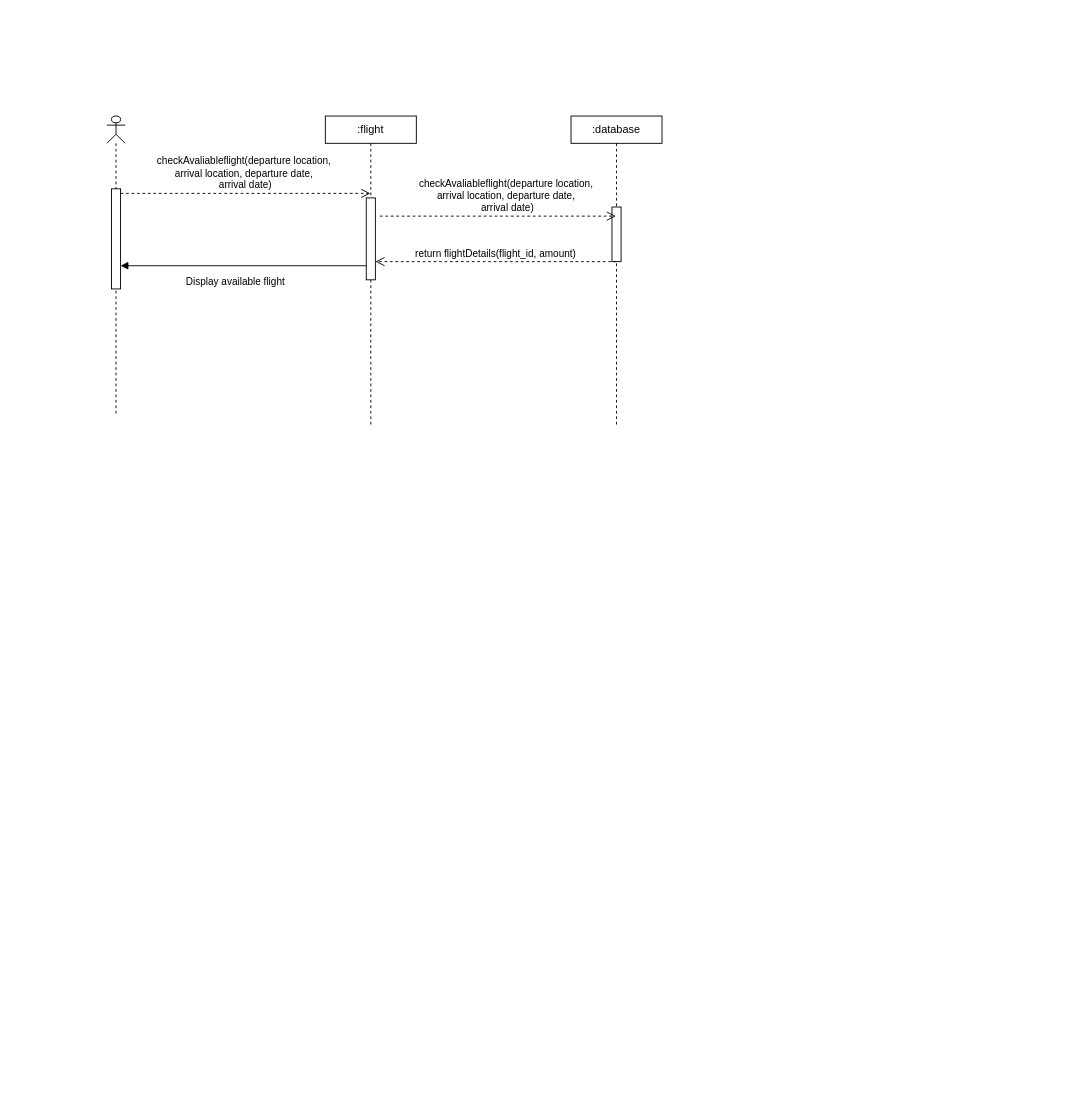
Earlier version of the draw.io diagram Untitled Diagram.drawio (ukpagrace/diagrams). Source tidied: cells renumbered, new cells numbered last; positions are measured from the earlier drawing's top-left corner, leaving out a move shared by most shapes. Both pictures are drawn from the tidied source at 91%, with x=0, y=0 at pixel (106, 116).
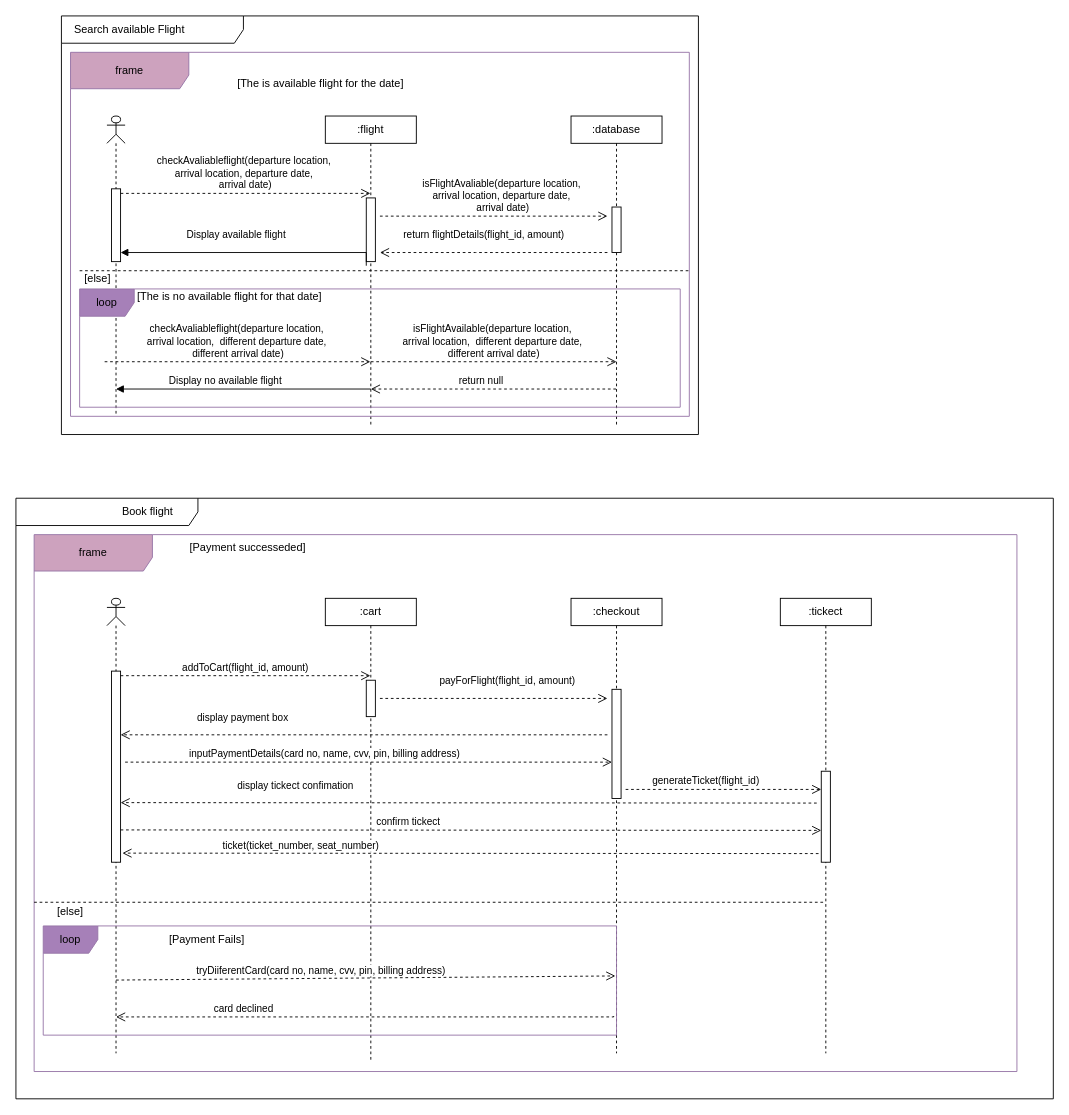
The same page after the edit.

Unchanged cells that the change refers to:
```xml
<mxCell id="2" value=":flight" style="shape=umlLifeline;perimeter=lifelinePerimeter;whiteSpace=wrap;html=1;outlineConnect=0;portConstraint=eastwest;newEdgeStyle={&quot;edgeStyle&quot;:&quot;elbowEdgeStyle&quot;,&quot;elbow&quot;:&quot;vertical&quot;,&quot;curved&quot;:0,&quot;rounded&quot;:0};size=30;" parent="1" vertex="1">
  <mxGeometry x="240" width="100" height="340" as="geometry" />
</mxCell>
<mxCell id="4" value=":database" style="shape=umlLifeline;perimeter=lifelinePerimeter;whiteSpace=wrap;html=1;outlineConnect=0;portConstraint=eastwest;newEdgeStyle={&quot;edgeStyle&quot;:&quot;elbowEdgeStyle&quot;,&quot;elbow&quot;:&quot;vertical&quot;,&quot;curved&quot;:0,&quot;rounded&quot;:0};size=30;" parent="1" vertex="1">
  <mxGeometry x="510" width="100" height="340" as="geometry" />
</mxCell>
<mxCell id="8" style="shape=umlLifeline;perimeter=lifelinePerimeter;whiteSpace=wrap;html=1;newEdgeStyle={&quot;curved&quot;:0,&quot;rounded&quot;:0};participant=umlActor;size=30;" parent="1" vertex="1">
  <mxGeometry width="20" height="330" as="geometry" />
</mxCell>
```

What changed in the source:
```diff
@@
     <mxCell id="3" style="html=1;points=[];perimeter=orthogonalPerimeter;outlineConnect=0;targetShapes=umlLifeline;portConstraint=eastwest;newEdgeStyle={&quot;edgeStyle&quot;:&quot;elbowEdgeStyle&quot;,&quot;elbow&quot;:&quot;vertical&quot;,&quot;curved&quot;:0,&quot;rounded&quot;:0};" parent="2" vertex="1">
-      <mxGeometry x="45" y="90" width="10" height="90" as="geometry" />
+      <mxGeometry x="45" y="90" width="10" height="70" as="geometry" />
     </mxCell>
@@
     <mxCell id="5" style="html=1;perimeter=orthogonalPerimeter;targetShapes=umlLifeline;newEdgeStyle={&quot;edgeStyle&quot;:&quot;elbowEdgeStyle&quot;,&quot;elbow&quot;:&quot;vertical&quot;,&quot;curved&quot;:0,&quot;rounded&quot;:0};" parent="4" vertex="1">
-      <mxGeometry x="45" y="100" width="10" height="60" as="geometry" />
+      <mxGeometry x="45" y="100" width="10" height="50" as="geometry" />
     </mxCell>
-    <mxCell id="6" value="return flightDetails(flight_id, amount)" style="html=1;verticalAlign=bottom;endArrow=open;dashed=1;endSize=8;edgeStyle=elbowEdgeStyle;elbow=vertical;curved=0;rounded=0;" parent="1" edge="1" target="3">
-      <mxGeometry relative="1" as="geometry">
-        <mxPoint x="560" y="160" as="sourcePoint" />
+    <mxCell id="6" value="return flightDetails(flight_id, amount)" style="html=1;verticalAlign=bottom;endArrow=open;dashed=1;endSize=8;edgeStyle=elbowEdgeStyle;elbow=vertical;curved=0;rounded=0;" parent="1" edge="1">
+      <mxGeometry x="0.09" y="-10" relative="1" as="geometry">
+        <mxPoint x="550" y="150" as="sourcePoint" />
+        <mxPoint x="300" y="150" as="targetPoint" />
         <Array as="points">
-          <mxPoint x="400" y="160" />
+          <mxPoint x="405" y="150" />
         </Array>
       </mxGeometry>
     </mxCell>
     <mxCell id="7" value="Display available flight" style="html=1;verticalAlign=bottom;endArrow=block;edgeStyle=elbowEdgeStyle;elbow=vertical;curved=0;rounded=0;" parent="1" edge="1" target="9">
-      <mxGeometry x="0.07" y="26" relative="1" as="geometry">
+      <mxGeometry x="0.12" y="-10" relative="1" as="geometry">
         <mxPoint x="285" y="164.5" as="sourcePoint" />
         <Array as="points">
+          <mxPoint x="160" y="150" />
           <mxPoint x="120" y="164.5" />
         </Array>
+        <mxPoint x="1" as="offset" />
       </mxGeometry>
     </mxCell>
@@
     <mxCell id="9" style="html=1;points=[[0,0,0,0,5],[0,1,0,0,-5],[1,0,0,0,5],[1,1,0,0,-5]];perimeter=orthogonalPerimeter;outlineConnect=0;targetShapes=umlLifeline;portConstraint=eastwest;newEdgeStyle={&quot;curved&quot;:0,&quot;rounded&quot;:0};" parent="8" vertex="1">
-      <mxGeometry x="5" y="80" width="10" height="110" as="geometry" />
+      <mxGeometry x="5" y="80" width="10" height="80" as="geometry" />
     </mxCell>
@@
-    <mxCell id="11" value="checkAvaliableflight(departure location,&amp;nbsp;&lt;div&gt;arrival location, departure date,&amp;nbsp;&lt;/div&gt;&lt;div&gt;arrival date)&lt;/div&gt;" style="html=1;verticalAlign=bottom;endArrow=open;dashed=1;endSize=8;curved=0;rounded=0;" parent="1" edge="1" target="4">
+    <mxCell id="11" value="isFlightAvaliable(departure location,&amp;nbsp;&lt;div&gt;arrival location, departure date,&amp;nbsp;&lt;/div&gt;&lt;div&gt;arrival date)&lt;/div&gt;" style="html=1;verticalAlign=bottom;endArrow=open;dashed=1;endSize=8;curved=0;rounded=0;" parent="1" edge="1">
       <mxGeometry x="0.08" relative="1" as="geometry">
         <mxPoint x="300" y="110" as="sourcePoint" />
+        <mxPoint x="550" y="110" as="targetPoint" />
       </mxGeometry>
     </mxCell>
+    <mxCell id="12" style="shape=umlFrame;whiteSpace=wrap;html=1;width=200;height=30;" parent="1" vertex="1">
+      <mxGeometry x="-50" y="-110" width="700" height="460" as="geometry" />
+    </mxCell>
+    <mxCell id="13" value="Search available Flight" style="text;html=1;align=center;verticalAlign=middle;whiteSpace=wrap;rounded=0;" parent="1" vertex="1">
+      <mxGeometry x="-50" y="-110" width="150" height="30" as="geometry" />
+    </mxCell>
+    <mxCell id="14" value="frame" style="shape=umlFrame;whiteSpace=wrap;html=1;width=130;height=40;fillColor=#CDA2BE;strokeColor=#9673a6;" parent="1" vertex="1">
+      <mxGeometry x="-40" y="-70" width="680" height="400" as="geometry" />
+    </mxCell>
+    <mxCell id="15" value="[The is available flight for the date]" style="text;html=1;align=center;verticalAlign=middle;whiteSpace=wrap;rounded=0;" parent="1" vertex="1">
+      <mxGeometry x="90" y="-50" width="290" height="30" as="geometry" />
+    </mxCell>
+    <mxCell id="16" value="loop" style="shape=umlFrame;whiteSpace=wrap;html=1;fillColor=#A680B8;strokeColor=#9673a6;" parent="1" vertex="1">
+      <mxGeometry x="-30" y="190" width="660" height="130" as="geometry" />
+    </mxCell>
+    <mxCell id="17" style="line;strokeWidth=1;fillColor=none;align=left;verticalAlign=middle;spacingTop=-1;spacingLeft=3;spacingRight=3;labelPosition=right;strokeColor=inherit;dashed=1;" parent="1" vertex="1">
+      <mxGeometry x="-30" y="166" width="670" height="8" as="geometry" />
+    </mxCell>
+    <mxCell id="18" value="[else]" style="text;html=1;align=center;verticalAlign=middle;whiteSpace=wrap;rounded=0;" parent="1" vertex="1">
+      <mxGeometry x="-60" y="174" width="100" height="10" as="geometry" />
+    </mxCell>
+    <mxCell id="19" value="[The is no available flight for that date]" style="text;html=1;align=center;verticalAlign=middle;whiteSpace=wrap;rounded=0;" parent="1" vertex="1">
+      <mxGeometry x="-10" y="184" width="290" height="30" as="geometry" />
+    </mxCell>
+    <mxCell id="20" value="checkAvaliableflight(departure location,&amp;nbsp;&lt;div&gt;arrival location,&amp;nbsp; different departure date,&amp;nbsp;&lt;/div&gt;&lt;div&gt;different arrival date)&lt;/div&gt;" style="html=1;verticalAlign=bottom;endArrow=open;dashed=1;endSize=8;curved=0;rounded=0;exitX=1;exitY=0;exitDx=0;exitDy=5;exitPerimeter=0;" parent="1" edge="1" target="2">
+      <mxGeometry relative="1" as="geometry">
+        <mxPoint x="-2.5" y="270" as="sourcePoint" />
+      </mxGeometry>
+    </mxCell>
+    <mxCell id="21" value="isFlightAvailable(departure location,&amp;nbsp;&lt;div&gt;arrival location,&amp;nbsp; different departure date,&amp;nbsp;&lt;/div&gt;&lt;div&gt;different arrival date)&lt;/div&gt;" style="html=1;verticalAlign=bottom;endArrow=open;dashed=1;endSize=8;curved=0;rounded=0;exitX=1;exitY=0;exitDx=0;exitDy=5;exitPerimeter=0;" parent="1" edge="1">
+      <mxGeometry relative="1" as="geometry">
+        <mxPoint x="290" y="270" as="sourcePoint" />
+        <mxPoint x="560" y="270" as="targetPoint" />
+      </mxGeometry>
+    </mxCell>
+    <mxCell id="22" value="return null" style="html=1;verticalAlign=bottom;endArrow=open;dashed=1;endSize=8;edgeStyle=elbowEdgeStyle;elbow=vertical;curved=0;rounded=0;" parent="1" edge="1" source="4">
+      <mxGeometry x="0.11" relative="1" as="geometry">
+        <mxPoint x="290" y="300" as="targetPoint" />
+        <Array as="points">
+          <mxPoint x="395" y="300" />
+        </Array>
+        <mxPoint x="1" as="offset" />
+      </mxGeometry>
+    </mxCell>
+    <mxCell id="23" value="Display no available flight" style="html=1;verticalAlign=bottom;endArrow=block;edgeStyle=elbowEdgeStyle;elbow=vertical;curved=0;rounded=0;" parent="1" edge="1">
+      <mxGeometry x="0.14" relative="1" as="geometry">
+        <mxPoint x="290" y="300" as="sourcePoint" />
+        <mxPoint x="10" y="300" as="targetPoint" />
+        <Array as="points">
+          <mxPoint x="155" y="300" />
+          <mxPoint x="115" y="314.5" />
+        </Array>
+      </mxGeometry>
+    </mxCell>
+    <mxCell id="24" value=":cart" style="shape=umlLifeline;perimeter=lifelinePerimeter;whiteSpace=wrap;html=1;outlineConnect=0;portConstraint=eastwest;newEdgeStyle={&quot;edgeStyle&quot;:&quot;elbowEdgeStyle&quot;,&quot;elbow&quot;:&quot;vertical&quot;,&quot;curved&quot;:0,&quot;rounded&quot;:0};size=30;" parent="1" vertex="1">
+      <mxGeometry x="240" y="530" width="100" height="510" as="geometry" />
+    </mxCell>
+    <mxCell id="25" style="html=1;perimeter=orthogonalPerimeter;targetShapes=umlLifeline;newEdgeStyle={&quot;edgeStyle&quot;:&quot;elbowEdgeStyle&quot;,&quot;elbow&quot;:&quot;vertical&quot;,&quot;curved&quot;:0,&quot;rounded&quot;:0};" parent="24" vertex="1">
+      <mxGeometry x="45" y="90" width="10" height="40" as="geometry" />
+    </mxCell>
+    <mxCell id="26" value=":checkout" style="shape=umlLifeline;perimeter=lifelinePerimeter;whiteSpace=wrap;html=1;newEdgeStyle={&quot;edgeStyle&quot;:&quot;elbowEdgeStyle&quot;,&quot;elbow&quot;:&quot;vertical&quot;,&quot;curved&quot;:0,&quot;rounded&quot;:0};size=30;" parent="1" vertex="1">
+      <mxGeometry x="510" y="530" width="100" height="500" as="geometry" />
+    </mxCell>
+    <mxCell id="27" style="html=1;points=[];perimeter=orthogonalPerimeter;outlineConnect=0;targetShapes=umlLifeline;portConstraint=eastwest;newEdgeStyle={&quot;edgeStyle&quot;:&quot;elbowEdgeStyle&quot;,&quot;elbow&quot;:&quot;vertical&quot;,&quot;curved&quot;:0,&quot;rounded&quot;:0};" parent="26" vertex="1">
+      <mxGeometry x="45" y="100" width="10" height="120" as="geometry" />
+    </mxCell>
+    <mxCell id="28" value="display payment box" style="html=1;verticalAlign=bottom;endArrow=open;dashed=1;endSize=8;edgeStyle=elbowEdgeStyle;elbow=vertical;curved=0;rounded=0;" parent="1" edge="1" target="30">
+      <mxGeometry x="0.5" y="-10" relative="1" as="geometry">
+        <mxPoint x="550" y="680" as="sourcePoint" />
+        <Array as="points">
+          <mxPoint x="405" y="680" />
+        </Array>
+      </mxGeometry>
+    </mxCell>
+    <mxCell id="29" style="shape=umlLifeline;perimeter=lifelinePerimeter;whiteSpace=wrap;html=1;newEdgeStyle={&quot;curved&quot;:0,&quot;rounded&quot;:0};participant=umlActor;size=30;" parent="1" vertex="1">
+      <mxGeometry y="530" width="20" height="500" as="geometry" />
+    </mxCell>
+    <mxCell id="30" style="html=1;points=[[0,0,0,0,5],[0,1,0,0,-5],[1,0,0,0,5],[1,1,0,0,-5]];perimeter=orthogonalPerimeter;outlineConnect=0;targetShapes=umlLifeline;portConstraint=eastwest;newEdgeStyle={&quot;curved&quot;:0,&quot;rounded&quot;:0};" parent="29" vertex="1">
+      <mxGeometry x="5" y="80" width="10" height="210" as="geometry" />
+    </mxCell>
+    <mxCell id="31" value="addToCart(flight_id, amount)" style="html=1;verticalAlign=bottom;endArrow=open;dashed=1;endSize=8;curved=0;rounded=0;exitX=1;exitY=0;exitDx=0;exitDy=5;exitPerimeter=0;" parent="1" edge="1" source="30" target="24">
+      <mxGeometry relative="1" as="geometry" />
+    </mxCell>
+    <mxCell id="32" value="payForFlight(flight_id, amount)" style="html=1;verticalAlign=bottom;endArrow=open;dashed=1;endSize=8;curved=0;rounded=0;" parent="1" edge="1">
+      <mxGeometry x="0.12" y="10" relative="1" as="geometry">
+        <mxPoint x="300" y="640" as="sourcePoint" />
+        <mxPoint x="550" y="640" as="targetPoint" />
+      </mxGeometry>
+    </mxCell>
+    <mxCell id="33" style="shape=umlFrame;whiteSpace=wrap;html=1;width=200;height=30;" parent="1" vertex="1">
+      <mxGeometry x="-100" y="420" width="1140" height="660" as="geometry" />
+    </mxCell>
+    <mxCell id="34" value="frame" style="shape=umlFrame;whiteSpace=wrap;html=1;width=130;height=40;fillColor=#CDA2BE;strokeColor=#9673a6;" parent="1" vertex="1">
+      <mxGeometry x="-80" y="460" width="1080" height="590" as="geometry" />
+    </mxCell>
+    <mxCell id="35" value="[Payment successeded]" style="text;html=1;align=center;verticalAlign=middle;whiteSpace=wrap;rounded=0;" parent="1" vertex="1">
+      <mxGeometry x="50" y="460" width="210" height="30" as="geometry" />
+    </mxCell>
+    <mxCell id="36" value="loop" style="shape=umlFrame;whiteSpace=wrap;html=1;fillColor=#A680B8;strokeColor=#9673a6;" parent="1" vertex="1">
+      <mxGeometry x="-70" y="890" width="630" height="120" as="geometry" />
+    </mxCell>
+    <mxCell id="37" style="line;strokeWidth=1;fillColor=none;align=left;verticalAlign=middle;spacingTop=-1;spacingLeft=3;spacingRight=3;labelPosition=right;strokeColor=inherit;dashed=1;" parent="1" vertex="1">
+      <mxGeometry x="-80" y="860" width="870" height="8" as="geometry" />
+    </mxCell>
+    <mxCell id="38" value="[else]" style="text;html=1;align=center;verticalAlign=middle;whiteSpace=wrap;rounded=0;" parent="1" vertex="1">
+      <mxGeometry x="-70" y="870" width="60" height="10" as="geometry" />
+    </mxCell>
+    <mxCell id="39" value="[Payment Fails]" style="text;html=1;align=center;verticalAlign=middle;whiteSpace=wrap;rounded=0;" parent="1" vertex="1">
+      <mxGeometry y="890" width="220" height="30" as="geometry" />
+    </mxCell>
+    <mxCell id="40" value=":tickect" style="shape=umlLifeline;perimeter=lifelinePerimeter;whiteSpace=wrap;html=1;newEdgeStyle={&quot;edgeStyle&quot;:&quot;elbowEdgeStyle&quot;,&quot;elbow&quot;:&quot;vertical&quot;,&quot;curved&quot;:0,&quot;rounded&quot;:0};size=30;" parent="1" vertex="1">
+      <mxGeometry x="740" y="530" width="100" height="500" as="geometry" />
+    </mxCell>
+    <mxCell id="41" style="html=1;perimeter=orthogonalPerimeter;targetShapes=umlLifeline;newEdgeStyle={&quot;edgeStyle&quot;:&quot;elbowEdgeStyle&quot;,&quot;elbow&quot;:&quot;vertical&quot;,&quot;curved&quot;:0,&quot;rounded&quot;:0};" parent="40" vertex="1">
+      <mxGeometry x="45" y="190" width="10" height="100" as="geometry" />
+    </mxCell>
+    <mxCell id="42" value="Book flight" style="text;html=1;align=center;verticalAlign=middle;whiteSpace=wrap;rounded=0;" parent="1" vertex="1">
+      <mxGeometry x="-50" y="420" width="190" height="30" as="geometry" />
+    </mxCell>
+    <mxCell id="43" value="inputPaymentDetails(card no, name, cvv, pin, billing address)" style="html=1;verticalAlign=bottom;endArrow=open;dashed=1;endSize=8;curved=0;rounded=0;" parent="1" edge="1" target="27">
+      <mxGeometry x="-0.18" relative="1" as="geometry">
+        <mxPoint x="20" y="710" as="sourcePoint" />
+      </mxGeometry>
+    </mxCell>
+    <mxCell id="44" value="generateTicket(flight_id)" style="html=1;verticalAlign=bottom;endArrow=open;dashed=1;endSize=8;curved=0;rounded=0;" parent="1" edge="1">
+      <mxGeometry x="-0.18" relative="1" as="geometry">
+        <mxPoint x="570" y="740" as="sourcePoint" />
+        <mxPoint x="785" y="740" as="targetPoint" />
+      </mxGeometry>
+    </mxCell>
+    <mxCell id="45" value="display tickect confimation" style="html=1;verticalAlign=bottom;endArrow=open;dashed=1;endSize=8;edgeStyle=elbowEdgeStyle;elbow=vertical;curved=0;rounded=0;" parent="1" edge="1" target="30">
+      <mxGeometry x="0.5" y="-10" relative="1" as="geometry">
+        <mxPoint x="780" y="755" as="sourcePoint" />
+        <Array as="points">
+          <mxPoint x="650" y="754.5" />
+        </Array>
+      </mxGeometry>
+    </mxCell>
+    <mxCell id="46" value="confirm tickect" style="html=1;verticalAlign=bottom;endArrow=open;dashed=1;endSize=8;curved=0;rounded=0;" parent="1" edge="1">
+      <mxGeometry x="-0.18" relative="1" as="geometry">
+        <mxPoint x="15" y="784.5" as="sourcePoint" />
+        <mxPoint x="785" y="785" as="targetPoint" />
+      </mxGeometry>
+    </mxCell>
+    <mxCell id="47" value="ticket(ticket_number, seat_number)" style="html=1;verticalAlign=bottom;endArrow=open;dashed=1;endSize=8;edgeStyle=elbowEdgeStyle;elbow=vertical;curved=0;rounded=0;" parent="1" edge="1">
+      <mxGeometry x="0.49" y="1" relative="1" as="geometry">
+        <mxPoint x="782" y="810.5" as="sourcePoint" />
+        <mxPoint x="17" y="810.5" as="targetPoint" />
+        <Array as="points">
+          <mxPoint x="652" y="810" />
+        </Array>
+        <mxPoint x="1" as="offset" />
+      </mxGeometry>
+    </mxCell>
+    <mxCell id="48" value="tryDiiferentCard(card no, name, cvv, pin, billing address)" style="html=1;verticalAlign=bottom;endArrow=open;dashed=1;endSize=8;curved=0;rounded=0;entryX=0.998;entryY=0.458;entryDx=0;entryDy=0;entryPerimeter=0;" parent="1" edge="1" target="36">
+      <mxGeometry x="-0.18" relative="1" as="geometry">
+        <mxPoint x="10" y="949.5" as="sourcePoint" />
+      </mxGeometry>
+    </mxCell>
+    <mxCell id="49" value="card declined" style="html=1;verticalAlign=bottom;endArrow=open;dashed=1;endSize=8;edgeStyle=elbowEdgeStyle;elbow=vertical;curved=0;rounded=0;exitX=0.995;exitY=0.825;exitDx=0;exitDy=0;exitPerimeter=0;" parent="1" edge="1" source="36">
+      <mxGeometry x="0.49" relative="1" as="geometry">
+        <mxPoint x="10" y="990" as="targetPoint" />
+        <Array as="points">
+          <mxPoint x="400" y="990" />
+        </Array>
+      </mxGeometry>
+    </mxCell>
```
